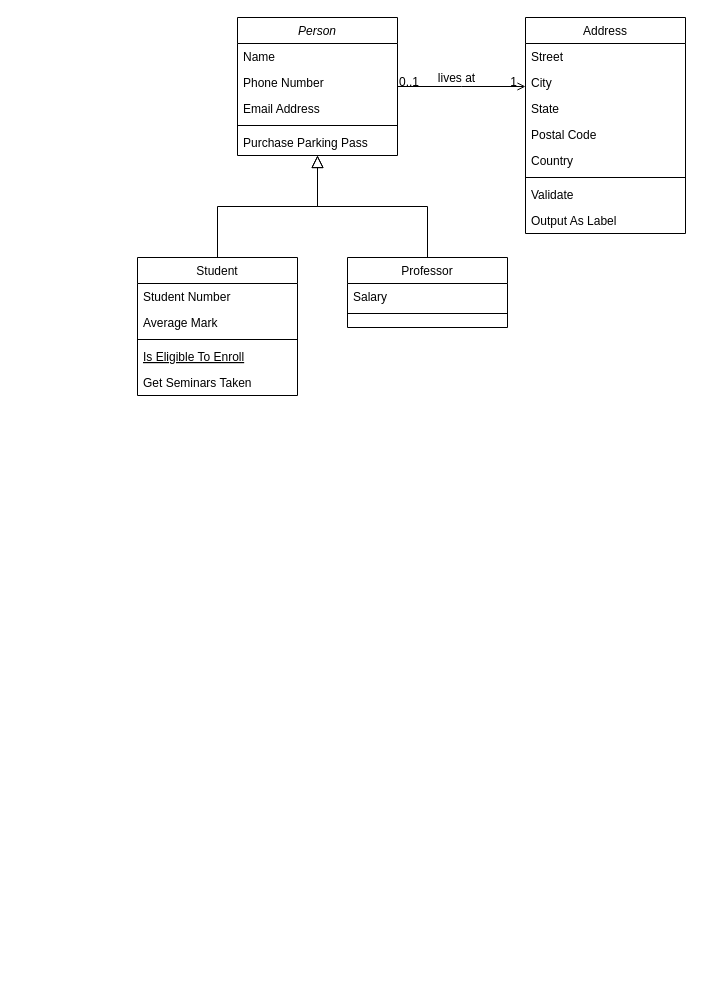
paridas0813/WebApp keeps this draw.io diagram as vulkan.drawio. Above is the earlier version. Source tidied: cells renumbered, new cells numbered last; positions are measured from the earlier drawing's top-left corner, leaving out a move shared by most shapes. Both pictures are drawn from the tidied source at 100%, with x=0, y=0 at pixel (137, 17).
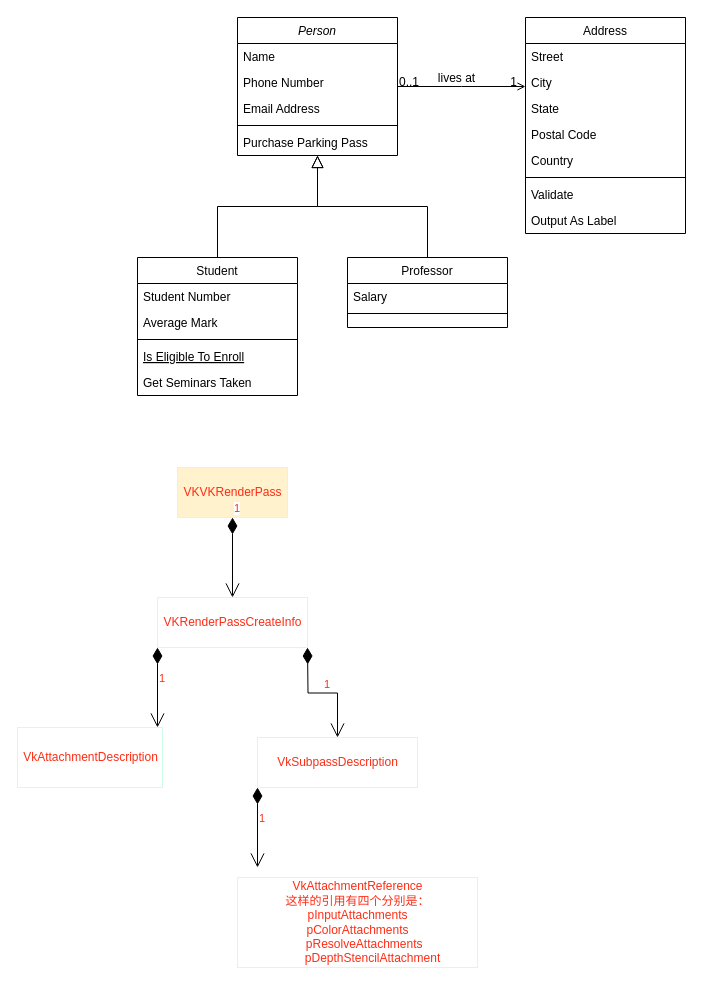
The same diagram, later.

Change to the diagram source:
```diff
@@
+    <mxCell id="32" value="&lt;font color=&quot;#ff2c14&quot;&gt;VKVKRenderPass&lt;br&gt;&lt;/font&gt;" style="html=1;fillColor=#fff2cc;strokeColor=#CCFFE6;" parent="1" vertex="1">
+      <mxGeometry x="40" y="450" width="110" height="50" as="geometry" />
+    </mxCell>
+    <mxCell id="33" value="VKRenderPassCreateInfo" style="html=1;fontColor=#FF2C14;strokeColor=#CCFFE6;fillColor=default;" parent="1" vertex="1">
+      <mxGeometry x="20" y="580" width="150" height="50" as="geometry" />
+    </mxCell>
+    <mxCell id="34" value="1" style="endArrow=open;html=1;endSize=12;startArrow=diamondThin;startSize=14;startFill=1;edgeStyle=orthogonalEdgeStyle;align=left;verticalAlign=bottom;rounded=0;fontColor=#FF2C14;exitX=0.5;exitY=1;exitDx=0;exitDy=0;" parent="1" edge="1" source="32" target="33">
+      <mxGeometry x="-1" relative="1" as="geometry" />
+    </mxCell>
+    <mxCell id="35" value="VkAttachmentDescription" style="html=1;fontColor=#FF2C14;strokeColor=#CCFFE6;fillColor=default;" parent="1" vertex="1">
+      <mxGeometry x="-120" y="710" width="145" height="60" as="geometry" />
+    </mxCell>
+    <mxCell id="36" value="1" style="endArrow=open;html=1;endSize=12;startArrow=diamondThin;startSize=14;startFill=1;edgeStyle=orthogonalEdgeStyle;align=left;verticalAlign=bottom;rounded=0;fontColor=#FF2C14;exitX=0.5;exitY=1;exitDx=0;exitDy=0;" parent="1" edge="1">
+      <mxGeometry relative="1" as="geometry">
+        <mxPoint x="20" y="630" as="sourcePoint" />
+        <mxPoint x="20" y="710" as="targetPoint" />
+      </mxGeometry>
+    </mxCell>
+    <mxCell id="37" value="VkSubpassDescription" style="html=1;fontColor=#FF2C14;strokeColor=#CCFFE6;fillColor=default;" parent="1" vertex="1">
+      <mxGeometry x="120" y="720" width="160" height="50" as="geometry" />
+    </mxCell>
+    <mxCell id="38" value="1" style="endArrow=open;html=1;endSize=12;startArrow=diamondThin;startSize=14;startFill=1;edgeStyle=orthogonalEdgeStyle;align=left;verticalAlign=bottom;rounded=0;fontColor=#FF2C14;exitX=0.5;exitY=1;exitDx=0;exitDy=0;entryX=0.5;entryY=0;entryDx=0;entryDy=0;" parent="1" edge="1" target="37">
+      <mxGeometry relative="1" as="geometry">
+        <mxPoint x="170" y="630" as="sourcePoint" />
+      </mxGeometry>
+    </mxCell>
+    <mxCell id="39" value="VkAttachmentReference&lt;br&gt;这样的引用有四个分别是：&lt;br&gt;pInputAttachments&lt;br&gt;pColorAttachments&lt;br&gt;&amp;nbsp; &amp;nbsp; pResolveAttachments&lt;br&gt;&amp;nbsp; &amp;nbsp; &amp;nbsp; &amp;nbsp; &amp;nbsp;pDepthStencilAttachment" style="html=1;fontColor=#FF2C14;strokeColor=#CCFFE6;fillColor=default;" parent="1" vertex="1">
+      <mxGeometry x="100" y="860" width="240" height="90" as="geometry" />
+    </mxCell>
+    <mxCell id="40" value="1" style="endArrow=open;html=1;endSize=12;startArrow=diamondThin;startSize=14;startFill=1;edgeStyle=orthogonalEdgeStyle;align=left;verticalAlign=bottom;rounded=0;fontColor=#FF2C14;exitX=0.5;exitY=1;exitDx=0;exitDy=0;" parent="1" edge="1">
+      <mxGeometry relative="1" as="geometry">
+        <mxPoint x="120" y="770" as="sourcePoint" />
+        <mxPoint x="120" y="850" as="targetPoint" />
+      </mxGeometry>
+    </mxCell>
```
